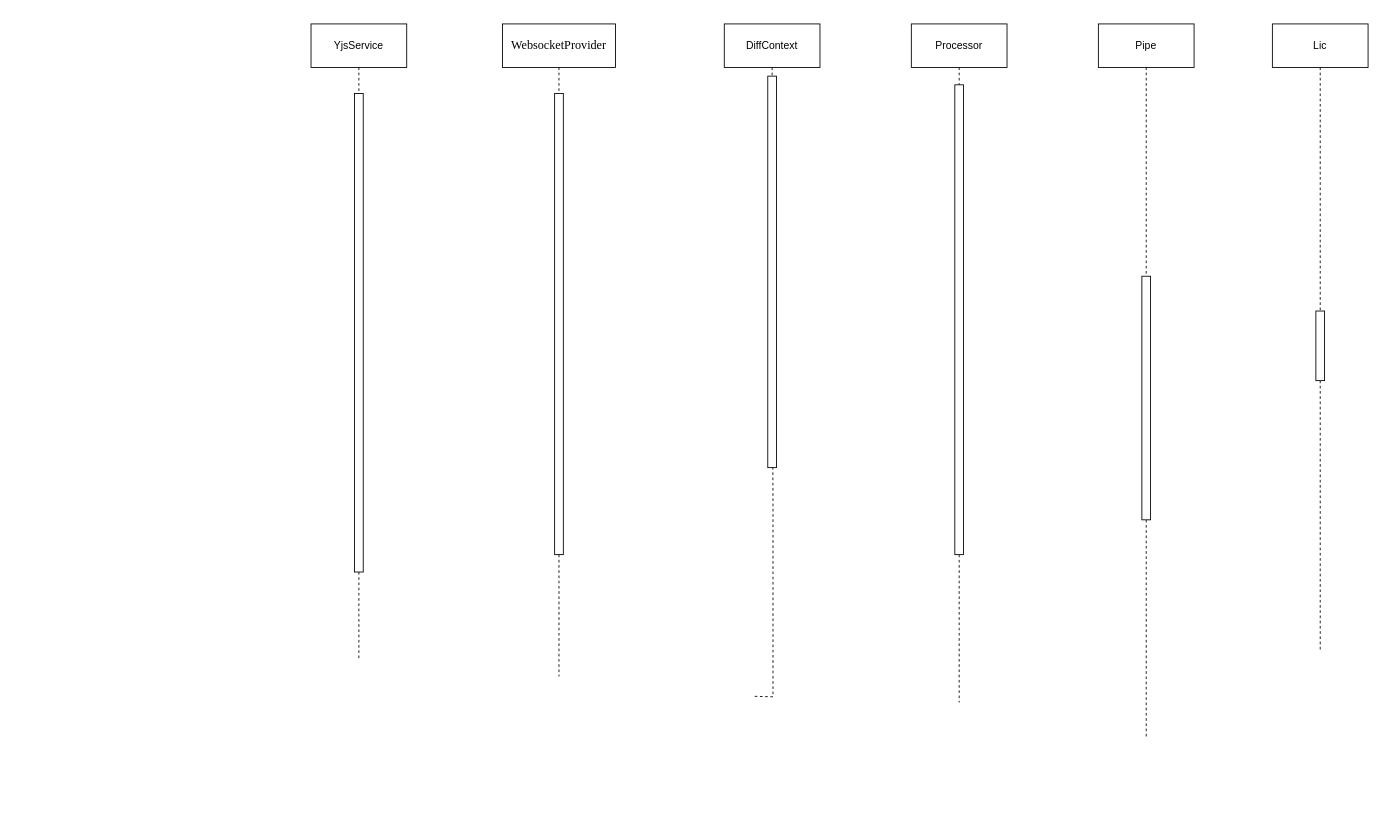
Earlier version of the draw.io diagram 协同编辑辅助功能.drawio (yuxinyu12345/diagrams). Source tidied: cells renumbered, new cells numbered last; positions are measured from the earlier drawing's top-left corner, leaving out a move shared by most shapes. Both pictures are drawn from the tidied source at 87%, with x=0, y=0 at pixel (311, 23).
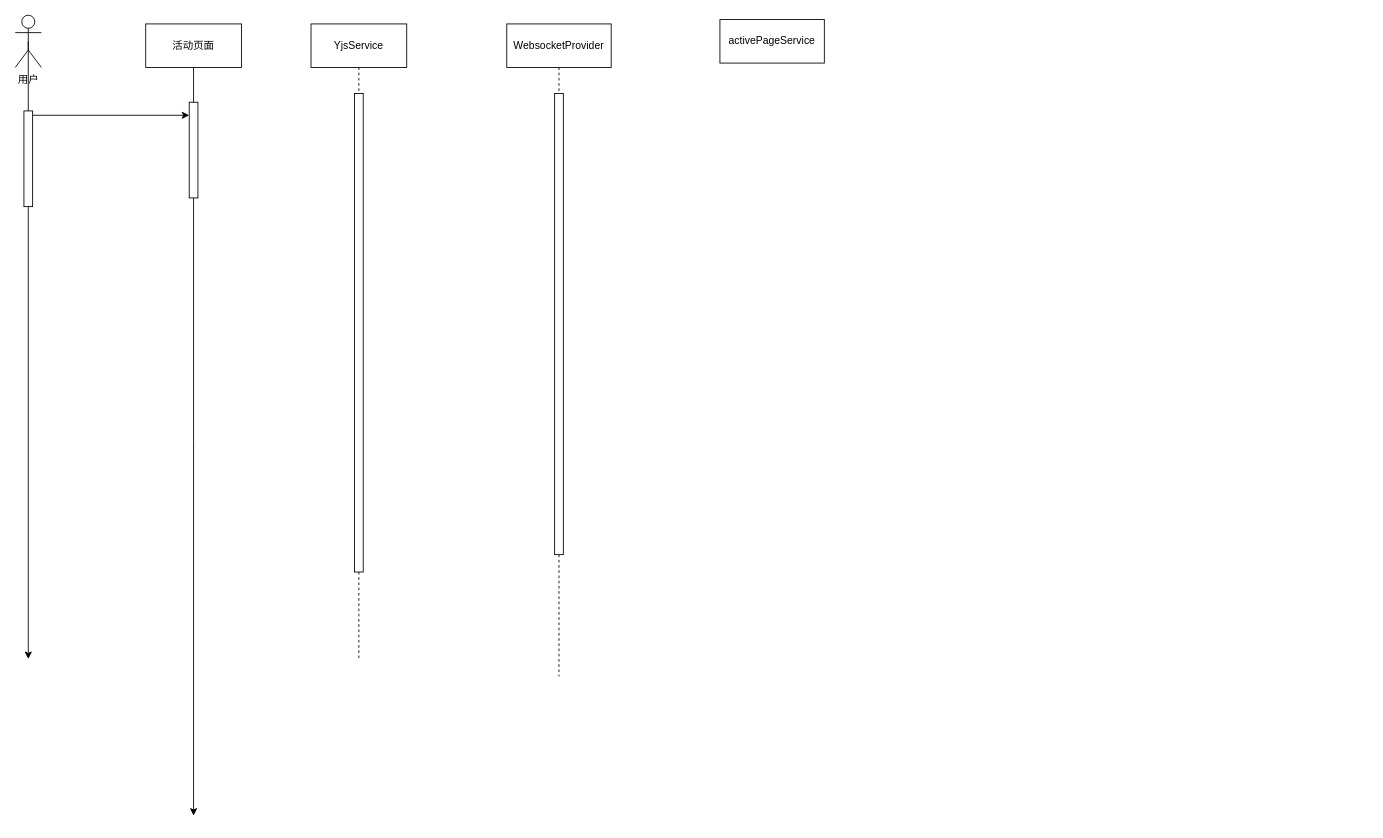
Above is the later version.

Commit message (it also covers changes not shown here):
更新协同编辑辅助功能.drawio

What changed in the source:
```diff
@@
-    <mxCell id="3" value="YjsService" style="html=1;whiteSpace=wrap;" parent="1" vertex="1">
+    <mxCell id="3" value="&lt;font style=&quot;font-size: 12px;&quot;&gt;YjsService&lt;/font&gt;" style="html=1;whiteSpace=wrap;" parent="1" vertex="1">
       <mxGeometry width="110" height="50" as="geometry" />
     </mxCell>
-    <mxCell id="4" style="edgeStyle=orthogonalEdgeStyle;rounded=0;orthogonalLoop=1;jettySize=auto;html=1;endArrow=none;endFill=0;dashed=1;" parent="1" edge="1">
-      <mxGeometry relative="1" as="geometry">
-        <mxPoint x="510" y="772.9" as="sourcePoint" />
-        <mxPoint x="530" y="330" as="targetPoint" />
-      </mxGeometry>
-    </mxCell>
-    <mxCell id="5" value="DiffContext" style="html=1;whiteSpace=wrap;" parent="1" vertex="1">
-      <mxGeometry x="475" width="110" height="50" as="geometry" />
-    </mxCell>
-    <mxCell id="6" style="edgeStyle=orthogonalEdgeStyle;rounded=0;jettySize=auto;html=1;exitX=0.5;exitY=1;exitDx=0;exitDy=0;endArrow=none;endFill=0;dashed=1;" parent="1" edge="1" source="19">
-      <mxGeometry relative="1" as="geometry">
-        <mxPoint x="745" y="780" as="targetPoint" />
-      </mxGeometry>
-    </mxCell>
-    <mxCell id="7" value="Processor" style="html=1;whiteSpace=wrap;" parent="1" vertex="1">
-      <mxGeometry x="690" width="110" height="50" as="geometry" />
-    </mxCell>
-    <mxCell id="8" style="edgeStyle=orthogonalEdgeStyle;rounded=0;jettySize=auto;html=1;exitX=0.5;exitY=1;exitDx=0;exitDy=0;endArrow=none;endFill=0;dashed=1;" parent="1" edge="1" source="21">
-      <mxGeometry relative="1" as="geometry">
-        <mxPoint x="960" y="820" as="targetPoint" />
-      </mxGeometry>
-    </mxCell>
-    <mxCell id="9" value="Pipe" style="html=1;whiteSpace=wrap;" parent="1" vertex="1">
-      <mxGeometry x="905" width="110" height="50" as="geometry" />
-    </mxCell>
-    <mxCell id="10" style="edgeStyle=orthogonalEdgeStyle;rounded=0;jettySize=auto;html=1;exitX=0.5;exitY=1;exitDx=0;exitDy=0;endArrow=none;endFill=0;dashed=1;" parent="1" edge="1" source="25">
-      <mxGeometry relative="1" as="geometry">
-        <mxPoint x="1160" y="720" as="targetPoint" />
-      </mxGeometry>
-    </mxCell>
-    <mxCell id="11" value="Lic" style="html=1;whiteSpace=wrap;" parent="1" vertex="1">
-      <mxGeometry x="1105" width="110" height="50" as="geometry" />
-    </mxCell>
@@
-    <mxCell id="15" value="&lt;p style=&quot;margin: 0pt 0pt 0.0001pt; text-align: justify; font-family: &amp;quot;Times New Roman&amp;quot;; font-size: 10.5pt;&quot; class=&quot;MsoNormal&quot;&gt;WebsocketProvider&lt;/p&gt;" style="html=1;whiteSpace=wrap;" parent="1" vertex="1">
-      <mxGeometry x="220" width="130" height="50" as="geometry" />
+    <mxCell id="15" value="&lt;p style=&quot;margin: 0pt 0pt 0.0001pt; text-align: justify;&quot; class=&quot;MsoNormal&quot;&gt;&lt;font style=&quot;font-size: 12px;&quot; face=&quot;Helvetica&quot;&gt;WebsocketProvider&lt;/font&gt;&lt;/p&gt;" style="html=1;whiteSpace=wrap;" parent="1" vertex="1">
+      <mxGeometry x="225" width="120" height="50" as="geometry" />
     </mxCell>
-    <mxCell id="16" style="edgeStyle=orthogonalEdgeStyle;rounded=0;jettySize=auto;html=1;exitX=0.5;exitY=1;exitDx=0;exitDy=0;endArrow=none;endFill=0;dashed=1;" parent="1" edge="1" source="5" target="17">
-      <mxGeometry relative="1" as="geometry">
-        <Array as="points">
-          <mxPoint x="530" y="80" />
-          <mxPoint x="530" y="80" />
-        </Array>
-      </mxGeometry>
-    </mxCell>
-    <mxCell id="17" style="html=1;points=[[0,0,0,0,5],[0,1,0,0,-5],[1,0,0,0,5],[1,1,0,0,-5]];perimeter=orthogonalPerimeter;outlineConnect=0;targetShapes=umlLifeline;portConstraint=eastwest;newEdgeStyle={&quot;curved&quot;:0,&quot;rounded&quot;:0};" parent="1" vertex="1">
-      <mxGeometry x="525" y="60" width="10" height="450" as="geometry" />
-    </mxCell>
-    <mxCell id="18" style="edgeStyle=orthogonalEdgeStyle;rounded=0;jettySize=auto;html=1;exitX=0.5;exitY=1;exitDx=0;exitDy=0;endArrow=none;endFill=0;dashed=1;" parent="1" edge="1" source="7" target="19">
-      <mxGeometry relative="1" as="geometry">
-        <Array as="points">
-          <mxPoint x="745" y="90" />
-          <mxPoint x="745" y="90" />
-        </Array>
-      </mxGeometry>
-    </mxCell>
-    <mxCell id="19" style="html=1;points=[[0,0,0,0,5],[0,1,0,0,-5],[1,0,0,0,5],[1,1,0,0,-5]];perimeter=orthogonalPerimeter;outlineConnect=0;targetShapes=umlLifeline;portConstraint=eastwest;newEdgeStyle={&quot;curved&quot;:0,&quot;rounded&quot;:0};" parent="1" vertex="1">
-      <mxGeometry x="740" y="70" width="10" height="540" as="geometry" />
-    </mxCell>
-    <mxCell id="20" style="edgeStyle=orthogonalEdgeStyle;rounded=0;jettySize=auto;html=1;exitX=0.5;exitY=1;exitDx=0;exitDy=0;endArrow=none;endFill=0;dashed=1;" parent="1" edge="1" source="9" target="21">
-      <mxGeometry relative="1" as="geometry">
-        <Array as="points">
-          <mxPoint x="960" y="180" />
-          <mxPoint x="960" y="180" />
-        </Array>
-      </mxGeometry>
-    </mxCell>
-    <mxCell id="21" style="html=1;points=[[0,0,0,0,5],[0,1,0,0,-5],[1,0,0,0,5],[1,1,0,0,-5]];perimeter=orthogonalPerimeter;outlineConnect=0;targetShapes=umlLifeline;portConstraint=eastwest;newEdgeStyle={&quot;curved&quot;:0,&quot;rounded&quot;:0};" parent="1" vertex="1">
-      <mxGeometry x="955" y="290" width="10" height="280" as="geometry" />
-    </mxCell>
@@
-    <mxCell id="24" style="edgeStyle=orthogonalEdgeStyle;rounded=0;jettySize=auto;html=1;exitX=0.5;exitY=1;exitDx=0;exitDy=0;endArrow=none;endFill=0;dashed=1;" parent="1" edge="1" source="11" target="25">
-      <mxGeometry relative="1" as="geometry">
-        <Array as="points">
-          <mxPoint x="1160" y="290" />
-          <mxPoint x="1160" y="290" />
-        </Array>
-      </mxGeometry>
-    </mxCell>
-    <mxCell id="25" style="html=1;points=[[0,0,0,0,5],[0,1,0,0,-5],[1,0,0,0,5],[1,1,0,0,-5]];perimeter=orthogonalPerimeter;outlineConnect=0;targetShapes=umlLifeline;portConstraint=eastwest;newEdgeStyle={&quot;curved&quot;:0,&quot;rounded&quot;:0};" parent="1" vertex="1">
-      <mxGeometry x="1155" y="330" width="10" height="80" as="geometry" />
-    </mxCell>
+    <mxCell id="26" style="edgeStyle=orthogonalEdgeStyle;rounded=0;jettySize=auto;html=1;exitX=0.5;exitY=0.5;exitDx=0;exitDy=0;exitPerimeter=0;" parent="1" edge="1" source="27">
+      <mxGeometry relative="1" as="geometry">
+        <mxPoint x="-325" y="730" as="targetPoint" />
+      </mxGeometry>
+    </mxCell>
+    <mxCell id="27" value="用户" style="shape=umlActor;verticalLabelPosition=bottom;verticalAlign=top;html=1;" parent="1" vertex="1">
+      <mxGeometry x="-340" y="-10" width="30" height="60" as="geometry" />
+    </mxCell>
+    <mxCell id="28" style="edgeStyle=orthogonalEdgeStyle;rounded=0;jettySize=auto;html=1;exitX=0.5;exitY=1;exitDx=0;exitDy=0;" parent="1" edge="1" source="29">
+      <mxGeometry relative="1" as="geometry">
+        <mxPoint x="-135" y="910" as="targetPoint" />
+      </mxGeometry>
+    </mxCell>
+    <mxCell id="29" value="活动页面" style="html=1;whiteSpace=wrap;" parent="1" vertex="1">
+      <mxGeometry x="-190" width="110" height="50" as="geometry" />
+    </mxCell>
+    <mxCell id="30" style="html=1;points=[[0,0,0,0,5],[0,1,0,0,-5],[1,0,0,0,5],[1,1,0,0,-5]];perimeter=orthogonalPerimeter;outlineConnect=0;targetShapes=umlLifeline;portConstraint=eastwest;newEdgeStyle={&quot;curved&quot;:0,&quot;rounded&quot;:0};" parent="1" vertex="1">
+      <mxGeometry x="-140" y="90" width="10" height="110" as="geometry" />
+    </mxCell>
+    <mxCell id="31" style="html=1;points=[[0,0,0,0,5],[0,1,0,0,-5],[1,0,0,0,5],[1,1,0,0,-5]];perimeter=orthogonalPerimeter;outlineConnect=0;targetShapes=umlLifeline;portConstraint=eastwest;newEdgeStyle={&quot;curved&quot;:0,&quot;rounded&quot;:0};" parent="1" vertex="1">
+      <mxGeometry x="-330" y="100" width="10" height="110" as="geometry" />
+    </mxCell>
+    <mxCell id="32" style="endArrow=classic;html=1;rounded=0;exitX=1;exitY=0;exitDx=0;exitDy=5;exitPerimeter=0;" parent="1" edge="1" source="31" target="30">
+      <mxGeometry relative="1" as="geometry" />
+    </mxCell>
+    <mxCell id="33" value="&lt;p style=&quot;margin: 0pt 0pt 0.0001pt; text-align: justify;&quot; class=&quot;MsoNormal&quot;&gt;activePageService&lt;/p&gt;" style="html=1;whiteSpace=wrap;" parent="1" vertex="1">
+      <mxGeometry x="470" y="-5" width="120" height="50" as="geometry" />
+    </mxCell>
```
